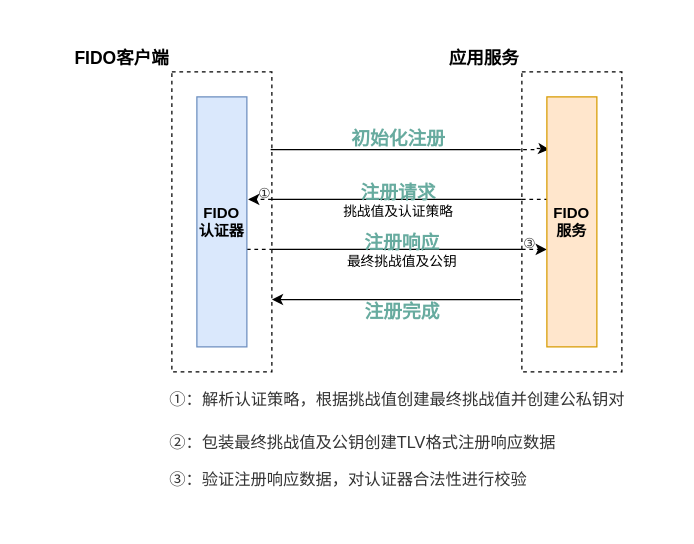
Earlier version of the draw.io diagram FIDO注册流程.drawio (mobof/Koal). Source tidied: cells renumbered, new cells numbered last; positions are measured from the earlier drawing's top-left corner, leaving out a move shared by most shapes. Both pictures are drawn from the tidied source at 125%, with x=0, y=0 at pixel (159, 71).
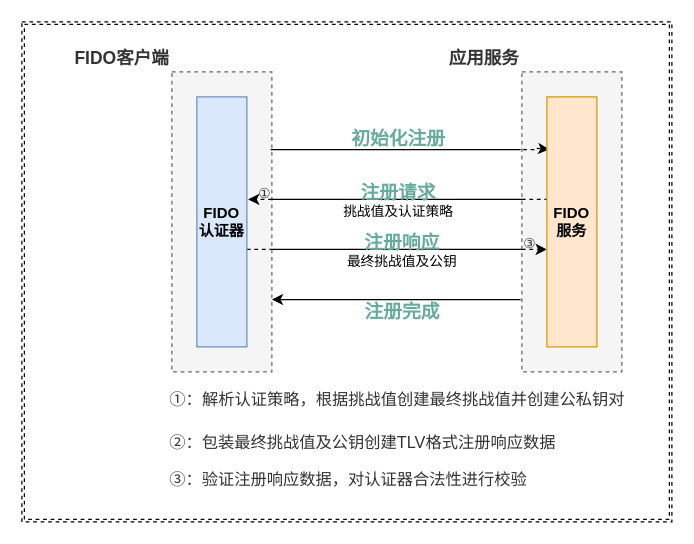
The same page after the edit.

The edit, as a diff of the source:
```diff
@@
+    <mxCell id="23" style="shape=ext;double=1;rounded=0;whiteSpace=wrap;html=1;dashed=1;labelBackgroundColor=none;" parent="1" vertex="1">
+      <mxGeometry x="-110" y="-40" width="520" height="400" as="geometry" />
+    </mxCell>
@@
-    <mxCell id="4" value="&lt;b&gt;&lt;font style=&quot;font-size: 14px&quot;&gt;应用服务&lt;/font&gt;&lt;/b&gt;" style="rounded=0;whiteSpace=wrap;html=1;labelPosition=left;verticalLabelPosition=top;align=right;verticalAlign=bottom;dashed=1;" parent="1" vertex="1">
+    <mxCell id="4" value="&lt;b&gt;&lt;font style=&quot;font-size: 14px&quot;&gt;应用服务&lt;/font&gt;&lt;/b&gt;" style="rounded=0;whiteSpace=wrap;html=1;labelPosition=left;verticalLabelPosition=top;align=right;verticalAlign=bottom;dashed=1;fillColor=#f5f5f5;strokeColor=#666666;fontColor=#333333;" parent="1" vertex="1">
       <mxGeometry x="290" width="80" height="240" as="geometry" />
     </mxCell>
@@
-    <mxCell id="8" value="&lt;b&gt;&lt;font style=&quot;font-size: 14px&quot;&gt;FIDO客户端&lt;/font&gt;&lt;/b&gt;" style="rounded=0;whiteSpace=wrap;html=1;labelPosition=left;verticalLabelPosition=top;align=right;verticalAlign=bottom;dashed=1;" parent="1" vertex="1">
+    <mxCell id="8" value="&lt;b&gt;&lt;font style=&quot;font-size: 14px&quot;&gt;FIDO客户端&lt;/font&gt;&lt;/b&gt;" style="rounded=0;whiteSpace=wrap;html=1;labelPosition=left;verticalLabelPosition=top;align=right;verticalAlign=bottom;dashed=1;fillColor=#f5f5f5;strokeColor=#666666;fontColor=#333333;" parent="1" vertex="1">
       <mxGeometry x="10" width="80" height="240" as="geometry" />
     </mxCell>
```
